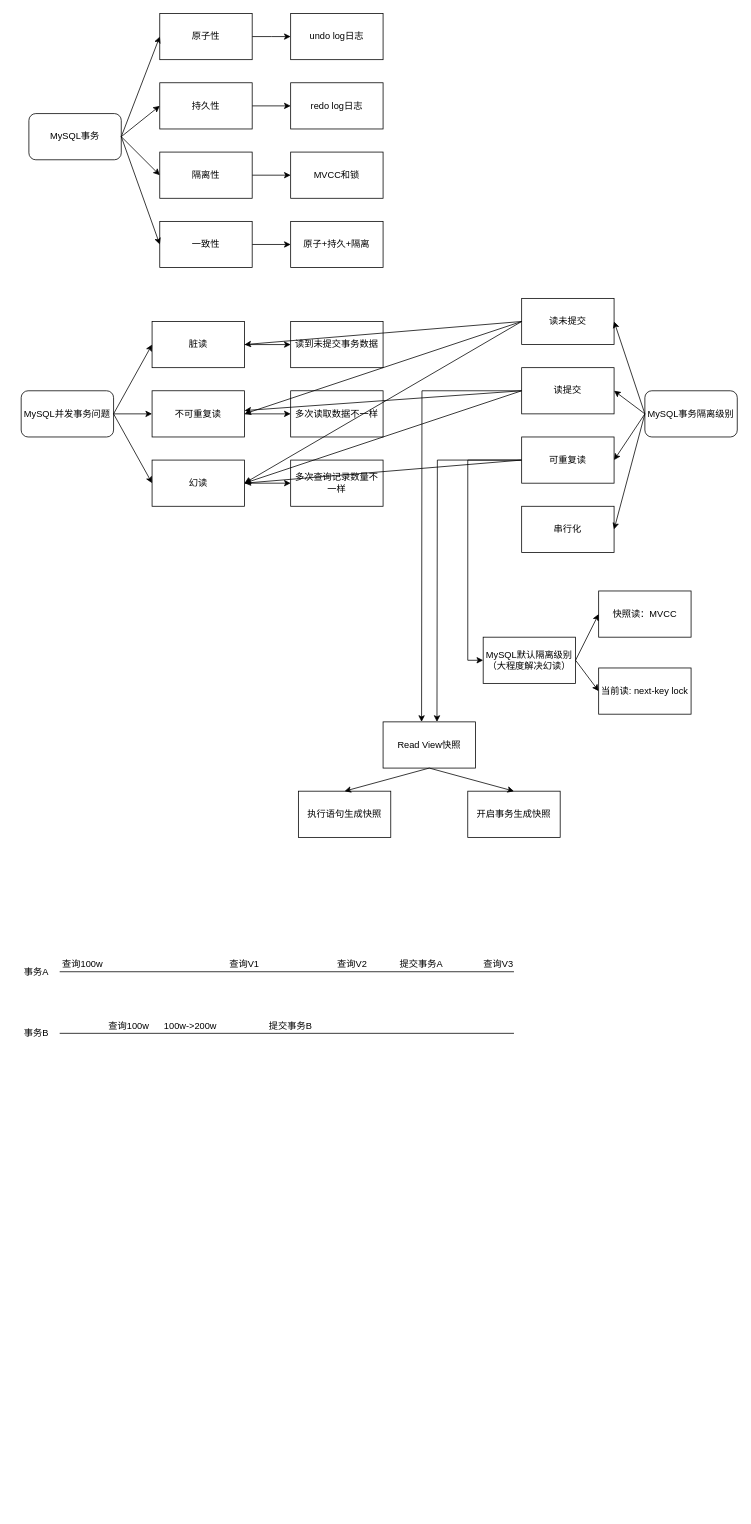
Above: MySQL事务.drawio in 1155200424/diagrams (draw.io), before the change. Source tidied: cells renumbered, new cells numbered last; positions are measured from the earlier drawing's top-left corner, leaving out a move shared by most shapes. Both pictures are drawn from the tidied source at 77%, with x=0, y=0 at pixel (13, 13).
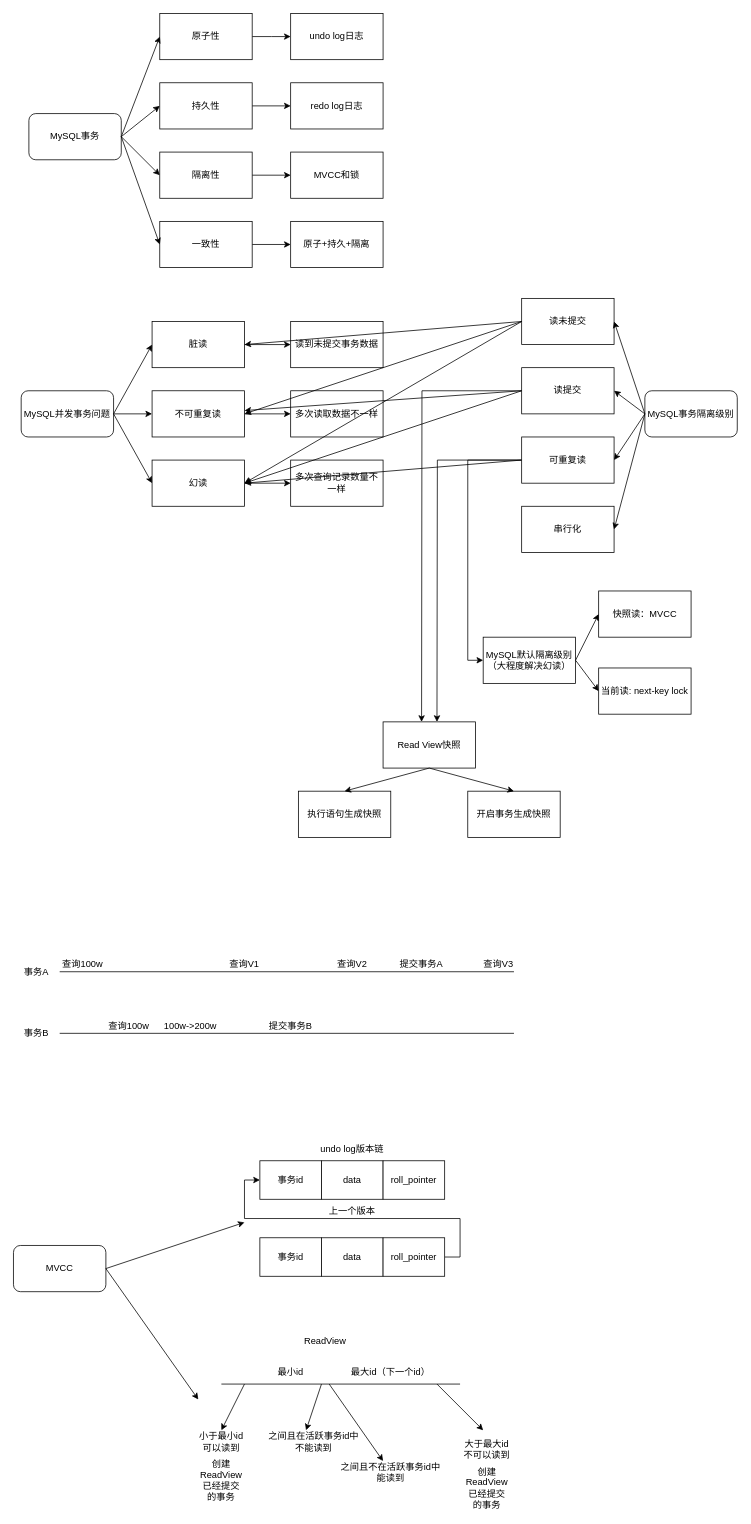
After the change.

Change to the diagram source:
```diff
@@
+    <mxCell id="72" value="MVCC" style="rounded=1;whiteSpace=wrap;html=1;" parent="1" vertex="1">
+      <mxGeometry y="1600" width="120" height="60" as="geometry" />
+    </mxCell>
+    <mxCell id="73" value="事务id" style="rounded=0;whiteSpace=wrap;html=1;" parent="1" vertex="1">
+      <mxGeometry x="320" y="1490" width="80" height="50" as="geometry" />
+    </mxCell>
+    <mxCell id="74" value="data" style="rounded=0;whiteSpace=wrap;html=1;" parent="1" vertex="1">
+      <mxGeometry x="400" y="1490" width="80" height="50" as="geometry" />
+    </mxCell>
+    <mxCell id="75" value="roll_pointer" style="rounded=0;whiteSpace=wrap;html=1;" parent="1" vertex="1">
+      <mxGeometry x="480" y="1490" width="80" height="50" as="geometry" />
+    </mxCell>
+    <mxCell id="76" value="undo log版本链" style="text;html=1;align=center;verticalAlign=middle;whiteSpace=wrap;rounded=0;" parent="1" vertex="1">
+      <mxGeometry x="395" y="1460" width="90" height="30" as="geometry" />
+    </mxCell>
+    <mxCell id="77" value="事务id" style="rounded=0;whiteSpace=wrap;html=1;" parent="1" vertex="1">
+      <mxGeometry x="320" y="1590" width="80" height="50" as="geometry" />
+    </mxCell>
+    <mxCell id="78" value="data" style="rounded=0;whiteSpace=wrap;html=1;" parent="1" vertex="1">
+      <mxGeometry x="400" y="1590" width="80" height="50" as="geometry" />
+    </mxCell>
+    <mxCell id="79" style="edgeStyle=orthogonalEdgeStyle;rounded=0;jettySize=auto;html=1;exitX=1;exitY=0.5;exitDx=0;exitDy=0;entryX=0;entryY=0.5;entryDx=0;entryDy=0;" parent="1" edge="1" source="80" target="73">
+      <mxGeometry relative="1" as="geometry" />
+    </mxCell>
+    <mxCell id="80" value="roll_pointer" style="rounded=0;whiteSpace=wrap;html=1;" parent="1" vertex="1">
+      <mxGeometry x="480" y="1590" width="80" height="50" as="geometry" />
+    </mxCell>
+    <mxCell id="81" value="上一个版本" style="text;html=1;align=center;verticalAlign=middle;whiteSpace=wrap;rounded=0;" parent="1" vertex="1">
+      <mxGeometry x="405" y="1540" width="70" height="30" as="geometry" />
+    </mxCell>
+    <mxCell id="82" style="endArrow=classic;html=1;rounded=0;" parent="1" edge="1">
+      <mxGeometry relative="1" as="geometry">
+        <mxPoint x="120" y="1630" as="sourcePoint" />
+        <mxPoint x="300" y="1570" as="targetPoint" />
+      </mxGeometry>
+    </mxCell>
+    <mxCell id="83" value="ReadView" style="text;html=1;align=center;verticalAlign=middle;whiteSpace=wrap;rounded=0;" parent="1" vertex="1">
+      <mxGeometry x="375" y="1710" width="60" height="30" as="geometry" />
+    </mxCell>
+    <mxCell id="84" style="endArrow=none;html=1;rounded=0;" parent="1" edge="1">
+      <mxGeometry relative="1" as="geometry">
+        <mxPoint x="270" y="1780" as="sourcePoint" />
+        <mxPoint x="580" y="1780" as="targetPoint" />
+      </mxGeometry>
+    </mxCell>
+    <mxCell id="85" value="最小id" style="text;html=1;align=center;verticalAlign=middle;whiteSpace=wrap;rounded=0;" parent="1" vertex="1">
+      <mxGeometry x="330" y="1750" width="60" height="30" as="geometry" />
+    </mxCell>
+    <mxCell id="86" value="最大id（下一个id）" style="text;html=1;align=center;verticalAlign=middle;whiteSpace=wrap;rounded=0;" parent="1" vertex="1">
+      <mxGeometry x="435" y="1750" width="110" height="30" as="geometry" />
+    </mxCell>
+    <mxCell id="87" style="endArrow=classic;html=1;rounded=0;" parent="1" edge="1">
+      <mxGeometry relative="1" as="geometry">
+        <mxPoint x="300" y="1780" as="sourcePoint" />
+        <mxPoint x="270" y="1840" as="targetPoint" />
+      </mxGeometry>
+    </mxCell>
+    <mxCell id="88" value="小于最小id&lt;br&gt;可以读到" style="text;html=1;align=center;verticalAlign=middle;whiteSpace=wrap;rounded=0;" parent="1" vertex="1">
+      <mxGeometry x="240" y="1840" width="60" height="30" as="geometry" />
+    </mxCell>
+    <mxCell id="89" style="endArrow=classic;html=1;rounded=0;" parent="1" edge="1">
+      <mxGeometry relative="1" as="geometry">
+        <mxPoint x="550" y="1780" as="sourcePoint" />
+        <mxPoint x="610" y="1840" as="targetPoint" />
+      </mxGeometry>
+    </mxCell>
+    <mxCell id="90" value="大于最大id&lt;br&gt;不可以读到" style="text;html=1;align=center;verticalAlign=middle;whiteSpace=wrap;rounded=0;" parent="1" vertex="1">
+      <mxGeometry x="580" y="1850" width="70" height="30" as="geometry" />
+    </mxCell>
+    <mxCell id="91" style="endArrow=classic;html=1;rounded=0;" parent="1" edge="1">
+      <mxGeometry relative="1" as="geometry">
+        <mxPoint x="400" y="1780" as="sourcePoint" />
+        <mxPoint x="380" y="1840" as="targetPoint" />
+      </mxGeometry>
+    </mxCell>
+    <mxCell id="92" value="之间且在活跃事务id中 不能读到" style="text;html=1;align=center;verticalAlign=middle;whiteSpace=wrap;rounded=0;" parent="1" vertex="1">
+      <mxGeometry x="330" y="1840" width="120" height="30" as="geometry" />
+    </mxCell>
+    <mxCell id="93" style="endArrow=classic;html=1;rounded=0;" parent="1" edge="1">
+      <mxGeometry relative="1" as="geometry">
+        <mxPoint x="410" y="1780" as="sourcePoint" />
+        <mxPoint x="480" y="1880" as="targetPoint" />
+      </mxGeometry>
+    </mxCell>
+    <mxCell id="94" value="之间且不在活跃事务id中 能读到" style="text;html=1;align=center;verticalAlign=middle;whiteSpace=wrap;rounded=0;" parent="1" vertex="1">
+      <mxGeometry x="420" y="1880" width="140" height="30" as="geometry" />
+    </mxCell>
+    <mxCell id="95" style="endArrow=classic;html=1;rounded=0;" parent="1" edge="1">
+      <mxGeometry relative="1" as="geometry">
+        <mxPoint x="120" y="1630" as="sourcePoint" />
+        <mxPoint x="240" y="1800" as="targetPoint" />
+      </mxGeometry>
+    </mxCell>
+    <mxCell id="96" value="创建ReadView已经提交的事务" style="text;html=1;align=center;verticalAlign=middle;whiteSpace=wrap;rounded=0;" parent="1" vertex="1">
+      <mxGeometry x="240" y="1890" width="60" height="30" as="geometry" />
+    </mxCell>
+    <mxCell id="97" value="创建ReadView已经提交的事务" style="text;html=1;align=center;verticalAlign=middle;whiteSpace=wrap;rounded=0;" parent="1" vertex="1">
+      <mxGeometry x="585" y="1900" width="60" height="30" as="geometry" />
+    </mxCell>
```
